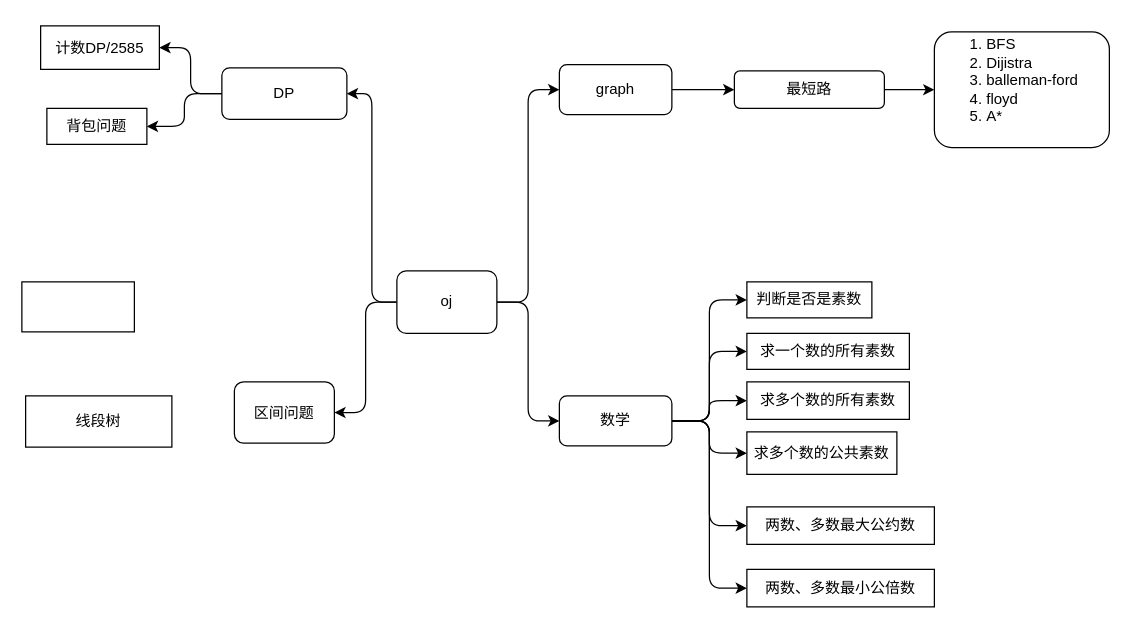
Before: source/diagrams/leetcode.drawio in wxquare/wxquare.github.io, a draw.io diagram. Source tidied: cells renumbered, new cells numbered last; positions are measured from the earlier drawing's top-left corner, leaving out a move shared by most shapes. Both pictures are drawn from the tidied source at 125%, with x=0, y=0 at pixel (21, 25).
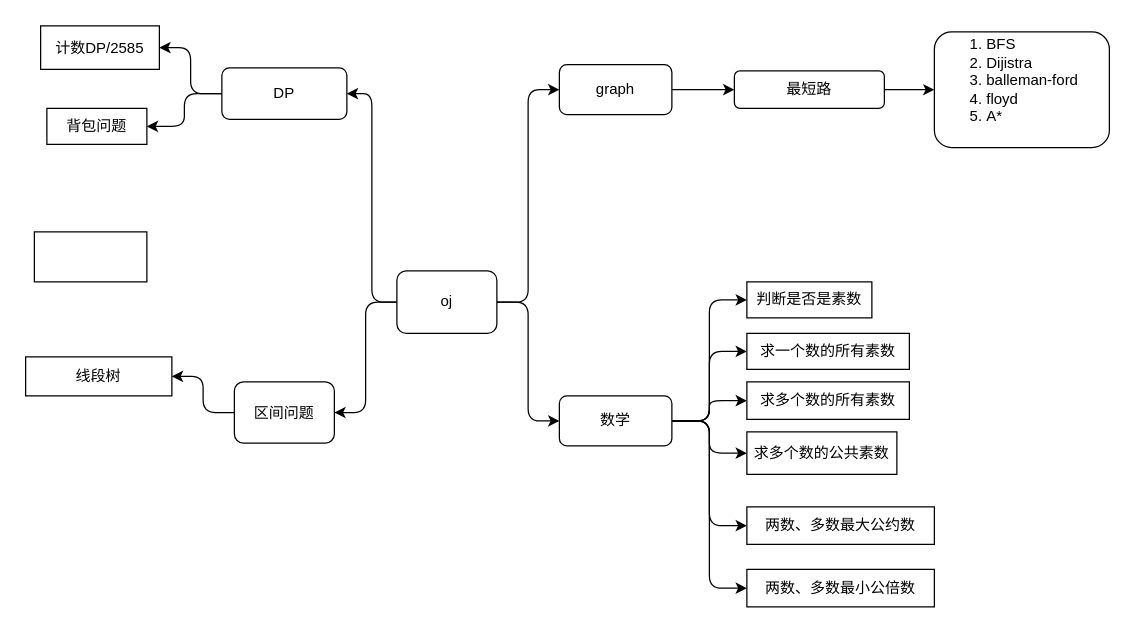
After the change.

The change refers to these unchanged cells:
```xml
<mxCell id="30" value="区间问题" style="rounded=1;whiteSpace=wrap;html=1;" parent="1" vertex="1">
  <mxGeometry x="170" y="285" width="80" height="49" as="geometry" />
</mxCell>
```

Change to the diagram source:
```diff
@@
+    <mxCell id="33" style="edgeStyle=orthogonalEdgeStyle;rounded=1;jettySize=auto;html=1;exitX=0;exitY=0.5;exitDx=0;exitDy=0;" parent="1" edge="1" source="30" target="31">
+      <mxGeometry relative="1" as="geometry" />
+    </mxCell>
@@
     <mxCell id="31" value="线段树" style="rounded=0;whiteSpace=wrap;html=1;" parent="1" vertex="1">
-      <mxGeometry x="3" y="296.2" width="117" height="41" as="geometry" />
+      <mxGeometry x="3" y="265" width="117" height="31.2" as="geometry" />
     </mxCell>
     <mxCell id="32" style="rounded=0;whiteSpace=wrap;html=1;" parent="1" vertex="1">
-      <mxGeometry y="205" width="90" height="40" as="geometry" />
+      <mxGeometry x="10" y="165" width="90" height="40" as="geometry" />
     </mxCell>
```
